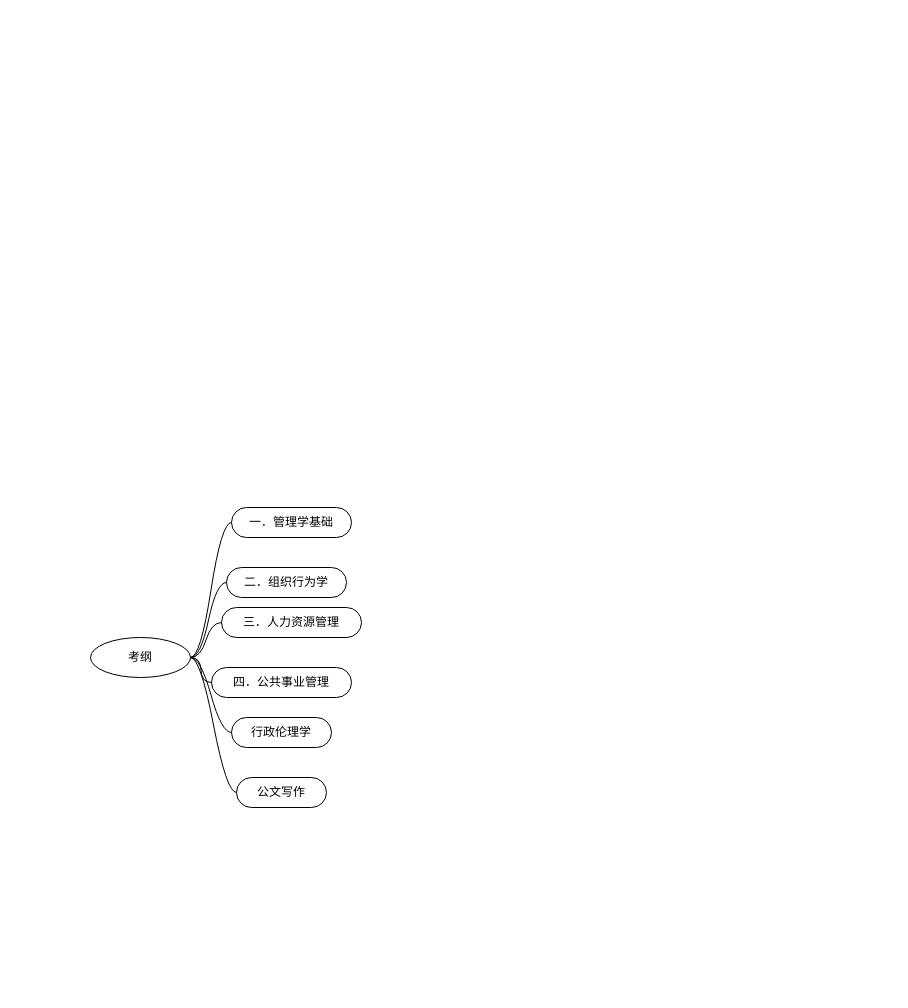
The draw.io diagram Untitled Diagram.drawio in liaiaun/Test, before the edit. Source tidied: cells renumbered, new cells numbered last; positions are measured from the earlier drawing's top-left corner, leaving out a move shared by most shapes. Both pictures are drawn from the tidied source at 100%, with x=0, y=0 at pixel (90, 507).
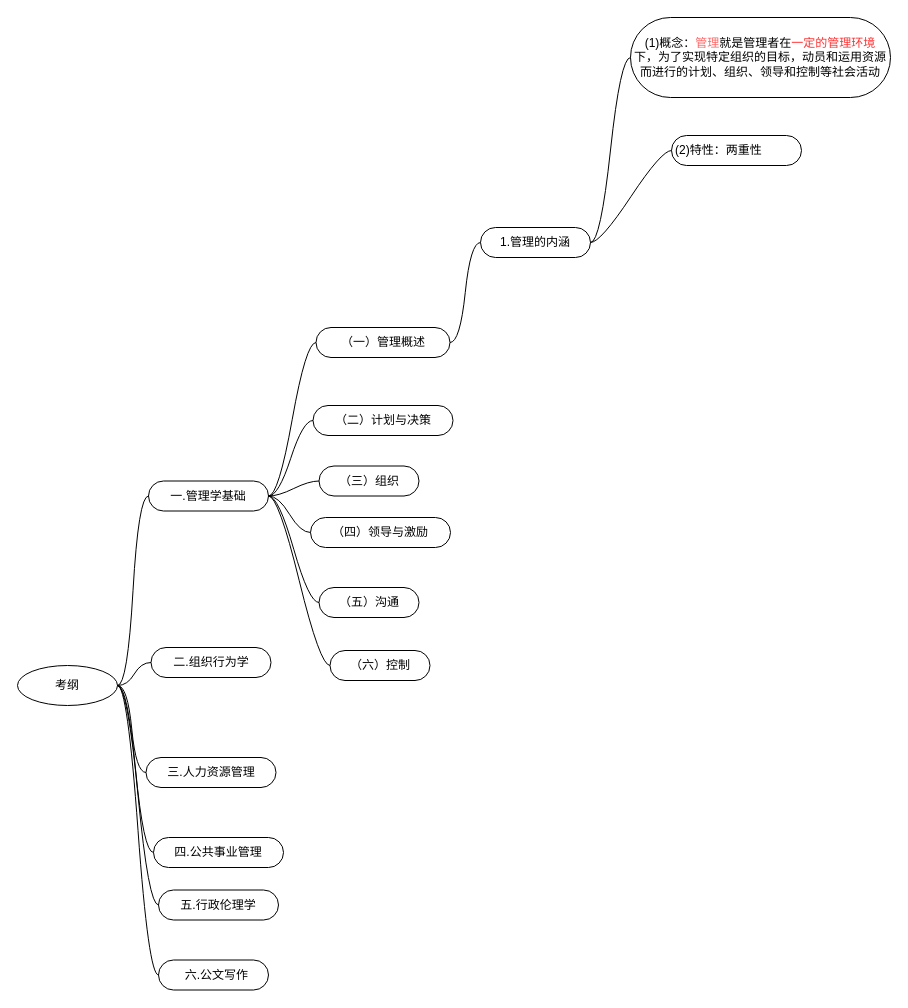
After the change.

The edit, as a diff of the source:
```diff
@@
     <mxCell id="2" value="考纲" style="ellipse;whiteSpace=wrap;html=1;align=center;newEdgeStyle={&quot;edgeStyle&quot;:&quot;entityRelationEdgeStyle&quot;,&quot;startArrow&quot;:&quot;none&quot;,&quot;endArrow&quot;:&quot;none&quot;,&quot;segment&quot;:10,&quot;curved&quot;:1};direction=west;" parent="1" vertex="1">
-      <mxGeometry y="130" width="100" height="40" as="geometry" />
+      <mxGeometry x="-73" y="158" width="100" height="40" as="geometry" />
     </mxCell>
-    <mxCell id="3" value="二．组织行为学" style="whiteSpace=wrap;html=1;rounded=1;arcSize=50;align=center;verticalAlign=middle;strokeWidth=1;spacing=4;newEdgeStyle={&quot;edgeStyle&quot;:&quot;entityRelationEdgeStyle&quot;,&quot;startArrow&quot;:&quot;none&quot;,&quot;endArrow&quot;:&quot;none&quot;,&quot;segment&quot;:10,&quot;curved&quot;:1};" parent="1" vertex="1">
-      <mxGeometry x="136" y="60" width="120" height="30" as="geometry" />
+    <mxCell id="3" value="二.组织行为学" style="whiteSpace=wrap;html=1;rounded=1;arcSize=50;align=center;verticalAlign=middle;strokeWidth=1;spacing=4;newEdgeStyle={&quot;edgeStyle&quot;:&quot;entityRelationEdgeStyle&quot;,&quot;startArrow&quot;:&quot;none&quot;,&quot;endArrow&quot;:&quot;none&quot;,&quot;segment&quot;:10,&quot;curved&quot;:1};" parent="1" vertex="1">
+      <mxGeometry x="60.5" y="140" width="120" height="30" as="geometry" />
     </mxCell>
@@
-    <mxCell id="5" value="一．管理学基础" style="whiteSpace=wrap;html=1;rounded=1;arcSize=50;align=center;verticalAlign=middle;strokeWidth=1;spacing=4;newEdgeStyle={&quot;edgeStyle&quot;:&quot;entityRelationEdgeStyle&quot;,&quot;startArrow&quot;:&quot;none&quot;,&quot;endArrow&quot;:&quot;none&quot;,&quot;segment&quot;:10,&quot;curved&quot;:1};" parent="1" vertex="1">
-      <mxGeometry x="141" width="120" height="30" as="geometry" />
+    <mxCell id="5" value="一.管理学基础" style="whiteSpace=wrap;html=1;rounded=1;arcSize=50;align=center;verticalAlign=middle;strokeWidth=1;spacing=4;newEdgeStyle={&quot;edgeStyle&quot;:&quot;entityRelationEdgeStyle&quot;,&quot;startArrow&quot;:&quot;none&quot;,&quot;endArrow&quot;:&quot;none&quot;,&quot;segment&quot;:10,&quot;curved&quot;:1};" parent="1" vertex="1">
+      <mxGeometry x="58" y="-26.5" width="120" height="30" as="geometry" />
     </mxCell>
@@
-    <mxCell id="7" value="三．人力资源管理" style="whiteSpace=wrap;html=1;rounded=1;arcSize=50;align=center;verticalAlign=middle;strokeWidth=1;spacing=4;newEdgeStyle={&quot;edgeStyle&quot;:&quot;entityRelationEdgeStyle&quot;,&quot;startArrow&quot;:&quot;none&quot;,&quot;endArrow&quot;:&quot;none&quot;,&quot;segment&quot;:10,&quot;curved&quot;:1};" parent="1" vertex="1">
-      <mxGeometry x="131" y="100" width="140" height="30" as="geometry" />
+    <mxCell id="7" value="三.人力资源管理" style="whiteSpace=wrap;html=1;rounded=1;arcSize=50;align=center;verticalAlign=middle;strokeWidth=1;spacing=4;newEdgeStyle={&quot;edgeStyle&quot;:&quot;entityRelationEdgeStyle&quot;,&quot;startArrow&quot;:&quot;none&quot;,&quot;endArrow&quot;:&quot;none&quot;,&quot;segment&quot;:10,&quot;curved&quot;:1};" parent="1" vertex="1">
+      <mxGeometry x="55.5" y="250" width="130" height="30" as="geometry" />
     </mxCell>
@@
-    <mxCell id="9" value="行政伦理学" style="whiteSpace=wrap;html=1;rounded=1;arcSize=50;align=center;verticalAlign=middle;strokeWidth=1;spacing=4;newEdgeStyle={&quot;edgeStyle&quot;:&quot;entityRelationEdgeStyle&quot;,&quot;startArrow&quot;:&quot;none&quot;,&quot;endArrow&quot;:&quot;none&quot;,&quot;segment&quot;:10,&quot;curved&quot;:1};" parent="1" vertex="1">
-      <mxGeometry x="141" y="210" width="100" height="30" as="geometry" />
+    <mxCell id="9" value="五.行政伦理学" style="whiteSpace=wrap;html=1;rounded=1;arcSize=50;align=center;verticalAlign=middle;strokeWidth=1;spacing=4;newEdgeStyle={&quot;edgeStyle&quot;:&quot;entityRelationEdgeStyle&quot;,&quot;startArrow&quot;:&quot;none&quot;,&quot;endArrow&quot;:&quot;none&quot;,&quot;segment&quot;:10,&quot;curved&quot;:1};" parent="1" vertex="1">
+      <mxGeometry x="68" y="382.5" width="120" height="30" as="geometry" />
     </mxCell>
@@
-    <mxCell id="11" value="公文写作" style="whiteSpace=wrap;html=1;rounded=1;arcSize=50;align=center;verticalAlign=middle;strokeWidth=1;spacing=4;newEdgeStyle={&quot;edgeStyle&quot;:&quot;entityRelationEdgeStyle&quot;,&quot;startArrow&quot;:&quot;none&quot;,&quot;endArrow&quot;:&quot;none&quot;,&quot;segment&quot;:10,&quot;curved&quot;:1};" parent="1" vertex="1">
-      <mxGeometry x="146" y="270" width="90" height="30" as="geometry" />
+    <mxCell id="11" value="&amp;nbsp; 六.公文写作" style="whiteSpace=wrap;html=1;rounded=1;arcSize=50;align=center;verticalAlign=middle;strokeWidth=1;spacing=4;newEdgeStyle={&quot;edgeStyle&quot;:&quot;entityRelationEdgeStyle&quot;,&quot;startArrow&quot;:&quot;none&quot;,&quot;endArrow&quot;:&quot;none&quot;,&quot;segment&quot;:10,&quot;curved&quot;:1};" parent="1" vertex="1">
+      <mxGeometry x="68" y="452.5" width="110" height="30" as="geometry" />
     </mxCell>
@@
-    <mxCell id="13" value="四．公共事业管理" style="whiteSpace=wrap;html=1;rounded=1;arcSize=50;align=center;verticalAlign=middle;strokeWidth=1;spacing=4;newEdgeStyle={&quot;edgeStyle&quot;:&quot;entityRelationEdgeStyle&quot;,&quot;startArrow&quot;:&quot;none&quot;,&quot;endArrow&quot;:&quot;none&quot;,&quot;segment&quot;:10,&quot;curved&quot;:1};" parent="1" vertex="1">
-      <mxGeometry x="121" y="160" width="140" height="30" as="geometry" />
+    <mxCell id="13" value="四.公共事业管理" style="whiteSpace=wrap;html=1;rounded=1;arcSize=50;align=center;verticalAlign=middle;strokeWidth=1;spacing=4;newEdgeStyle={&quot;edgeStyle&quot;:&quot;entityRelationEdgeStyle&quot;,&quot;startArrow&quot;:&quot;none&quot;,&quot;endArrow&quot;:&quot;none&quot;,&quot;segment&quot;:10,&quot;curved&quot;:1};" parent="1" vertex="1">
+      <mxGeometry x="63" y="330" width="130" height="30" as="geometry" />
     </mxCell>
@@
+    <mxCell id="15" value="（一）管理概述" style="whiteSpace=wrap;html=1;rounded=1;arcSize=50;align=center;verticalAlign=middle;strokeWidth=1;spacing=4;" parent="1" vertex="1">
+      <mxGeometry x="225.5" y="-180" width="134" height="30" as="geometry" />
+    </mxCell>
+    <mxCell id="16" style="edgeStyle=entityRelationEdgeStyle;startArrow=none;endArrow=none;segment=10;curved=1;exitX=1;exitY=0.5;exitDx=0;exitDy=0;" parent="1" edge="1" source="5" target="15">
+      <mxGeometry relative="1" as="geometry" />
+    </mxCell>
+    <mxCell id="17" value="（二）计划与决策" style="whiteSpace=wrap;html=1;rounded=1;arcSize=50;align=center;verticalAlign=middle;strokeWidth=1;spacing=4;" parent="1" vertex="1">
+      <mxGeometry x="222.5" y="-102" width="140" height="30" as="geometry" />
+    </mxCell>
+    <mxCell id="18" style="edgeStyle=entityRelationEdgeStyle;startArrow=none;endArrow=none;segment=10;curved=1;exitX=1;exitY=0.5;exitDx=0;exitDy=0;" parent="1" edge="1" source="5" target="17">
+      <mxGeometry relative="1" as="geometry" />
+    </mxCell>
+    <mxCell id="19" value="（三）组织" style="whiteSpace=wrap;html=1;rounded=1;arcSize=50;align=center;verticalAlign=middle;strokeWidth=1;spacing=4;" parent="1" vertex="1">
+      <mxGeometry x="228.5" y="-41.5" width="100" height="30" as="geometry" />
+    </mxCell>
+    <mxCell id="20" style="edgeStyle=entityRelationEdgeStyle;startArrow=none;endArrow=none;segment=10;curved=1;exitX=1;exitY=0.5;exitDx=0;exitDy=0;" parent="1" edge="1" source="5" target="19">
+      <mxGeometry relative="1" as="geometry" />
+    </mxCell>
+    <mxCell id="21" value="（四）领导与激励" style="whiteSpace=wrap;html=1;rounded=1;arcSize=50;align=center;verticalAlign=middle;strokeWidth=1;spacing=4;" parent="1" vertex="1">
+      <mxGeometry x="220" y="10" width="140" height="30" as="geometry" />
+    </mxCell>
+    <mxCell id="22" style="edgeStyle=entityRelationEdgeStyle;startArrow=none;endArrow=none;segment=10;curved=1;exitX=1;exitY=0.5;exitDx=0;exitDy=0;" parent="1" edge="1" source="5" target="21">
+      <mxGeometry relative="1" as="geometry" />
+    </mxCell>
+    <mxCell id="23" value="（五）沟通" style="whiteSpace=wrap;html=1;rounded=1;arcSize=50;align=center;verticalAlign=middle;strokeWidth=1;spacing=4;" parent="1" vertex="1">
+      <mxGeometry x="228.5" y="80" width="100" height="30" as="geometry" />
+    </mxCell>
+    <mxCell id="24" style="edgeStyle=entityRelationEdgeStyle;startArrow=none;endArrow=none;segment=10;curved=1;exitX=1;exitY=0.5;exitDx=0;exitDy=0;" parent="1" edge="1" source="5" target="23">
+      <mxGeometry relative="1" as="geometry" />
+    </mxCell>
+    <mxCell id="25" value="（六）控制" style="whiteSpace=wrap;html=1;rounded=1;arcSize=50;align=center;verticalAlign=middle;strokeWidth=1;spacing=4;" parent="1" vertex="1">
+      <mxGeometry x="239.5" y="143" width="100" height="30" as="geometry" />
+    </mxCell>
+    <mxCell id="26" style="edgeStyle=entityRelationEdgeStyle;startArrow=none;endArrow=none;segment=10;curved=1;exitX=1;exitY=0.5;exitDx=0;exitDy=0;" parent="1" edge="1" source="5" target="25">
+      <mxGeometry relative="1" as="geometry" />
+    </mxCell>
+    <mxCell id="27" value="1.管理的内涵" style="whiteSpace=wrap;html=1;rounded=1;arcSize=50;align=center;verticalAlign=middle;strokeWidth=1;spacing=4;" parent="1" vertex="1">
+      <mxGeometry x="390" y="-280" width="110" height="30" as="geometry" />
+    </mxCell>
+    <mxCell id="28" style="edgeStyle=entityRelationEdgeStyle;startArrow=none;endArrow=none;segment=10;curved=1;exitX=1;exitY=0.5;exitDx=0;exitDy=0;" parent="1" edge="1" source="15" target="27">
+      <mxGeometry relative="1" as="geometry" />
+    </mxCell>
+    <mxCell id="29" value="(1)概念：&lt;font color=&quot;#ff6666&quot;&gt;管理&lt;/font&gt;就是管理者在&lt;font color=&quot;#ff3333&quot;&gt;一定的管理环境&lt;/font&gt;下，为了实现特定组织的目标，动员和运用资源而进行的计划、组织、领导和控制等社会活动" style="whiteSpace=wrap;html=1;rounded=1;arcSize=50;align=center;verticalAlign=middle;strokeWidth=1;spacing=4;" parent="1" vertex="1">
+      <mxGeometry x="540" y="-490" width="260" height="80" as="geometry" />
+    </mxCell>
+    <mxCell id="30" style="edgeStyle=entityRelationEdgeStyle;startArrow=none;endArrow=none;segment=10;curved=1;exitX=1;exitY=0.5;exitDx=0;exitDy=0;" parent="1" edge="1" source="27" target="29">
+      <mxGeometry relative="1" as="geometry" />
+    </mxCell>
+    <mxCell id="31" value="&lt;span&gt;(2)特性：两重性&lt;/span&gt;" style="whiteSpace=wrap;html=1;rounded=1;arcSize=50;align=left;verticalAlign=middle;strokeWidth=1;spacing=4;" parent="1" vertex="1">
+      <mxGeometry x="581" y="-372" width="130" height="30" as="geometry" />
+    </mxCell>
+    <mxCell id="32" style="edgeStyle=entityRelationEdgeStyle;startArrow=none;endArrow=none;segment=10;curved=1;exitX=1;exitY=0.5;exitDx=0;exitDy=0;" parent="1" edge="1" source="27" target="31">
+      <mxGeometry relative="1" as="geometry" />
+    </mxCell>
```
